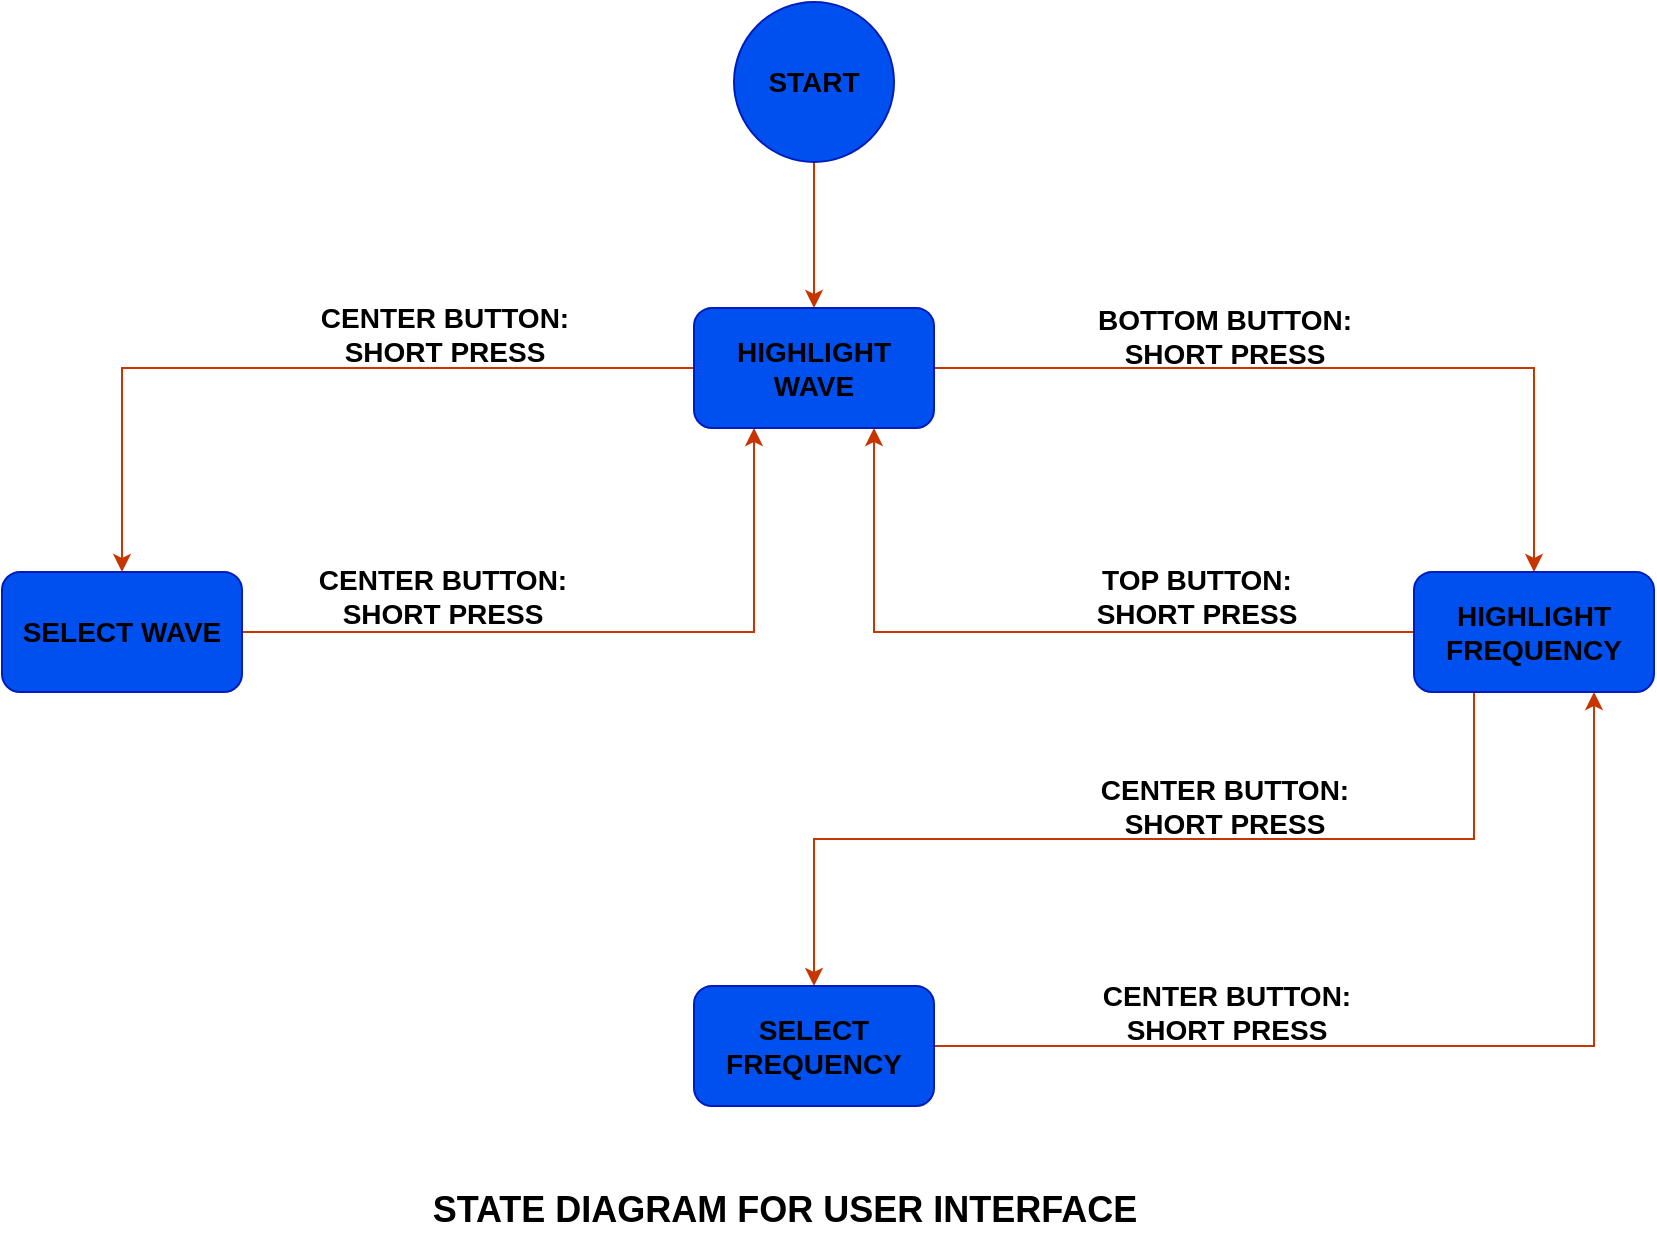
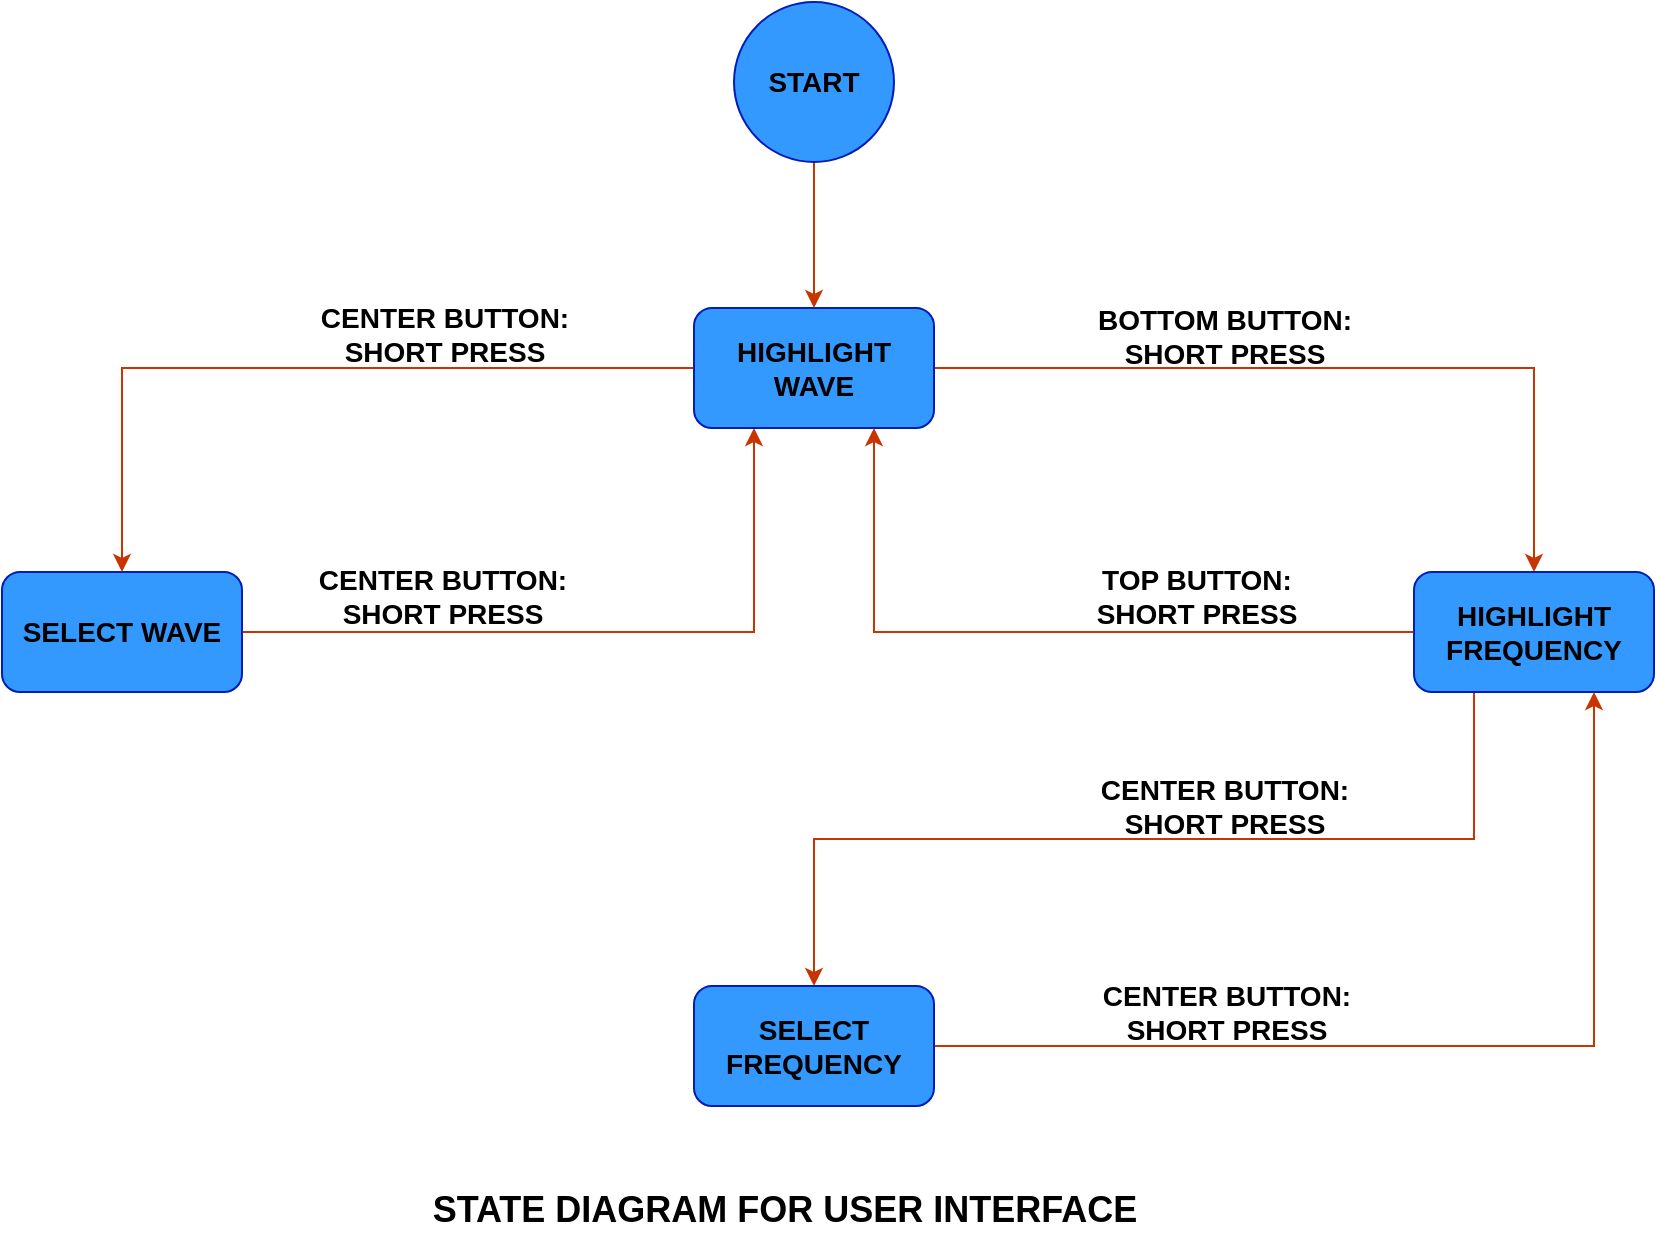
<mxfile host="Electron" agent="Mozilla/5.0 (Windows NT 10.0; Win64; x64) AppleWebKit/537.36 (KHTML, like Gecko) draw.io/25.0.2 Chrome/128.0.6613.186 Electron/32.2.5 Safari/537.36" version="25.0.2">
  <diagram name="Page-1" id="c4vKxISMu_p_-G9EFGec">
-     <mxGraphModel dx="1173" dy="720" grid="1" gridSize="10" guides="1" tooltips="1" connect="1" arrows="1" fold="1" page="1" pageScale="1" pageWidth="850" pageHeight="1100" math="0" shadow="0">
+     <mxGraphModel dx="880" dy="540" grid="1" gridSize="10" guides="1" tooltips="1" connect="1" arrows="1" fold="1" page="1" pageScale="1" pageWidth="850" pageHeight="1100" math="0" shadow="0">
      <root>
        <mxCell id="0" />
        <mxCell id="1" parent="0" />
-         <mxCell id="NqAssdrCDaHCgSwzuDhV-11" style="edgeStyle=orthogonalEdgeStyle;rounded=0;orthogonalLoop=1;jettySize=auto;html=1;exitX=1;exitY=0.5;exitDx=0;exitDy=0;entryX=0.25;entryY=1;entryDx=0;entryDy=0;fillColor=#fa6800;strokeColor=#C73500;" edge="1" parent="1" source="NqAssdrCDaHCgSwzuDhV-3" target="NqAssdrCDaHCgSwzuDhV-4">
+         <mxCell id="NqAssdrCDaHCgSwzuDhV-11" style="edgeStyle=orthogonalEdgeStyle;rounded=0;orthogonalLoop=1;jettySize=auto;html=1;exitX=1;exitY=0.5;exitDx=0;exitDy=0;entryX=0.25;entryY=1;entryDx=0;entryDy=0;fillColor=#fa6800;strokeColor=#C73500;" parent="1" source="NqAssdrCDaHCgSwzuDhV-3" target="NqAssdrCDaHCgSwzuDhV-4" edge="1">
          <mxGeometry relative="1" as="geometry" />
        </mxCell>
-         <mxCell id="NqAssdrCDaHCgSwzuDhV-3" value="&lt;font style=&quot;font-size: 14px;&quot; color=&quot;#000000&quot;&gt;&lt;b&gt;SELECT WAVE&lt;/b&gt;&lt;/font&gt;" style="rounded=1;whiteSpace=wrap;html=1;fillColor=#0050ef;fontColor=#ffffff;strokeColor=#001DBC;" vertex="1" parent="1">
+         <mxCell id="NqAssdrCDaHCgSwzuDhV-3" value="&lt;font style=&quot;font-size: 14px;&quot; color=&quot;#000000&quot;&gt;&lt;b&gt;SELECT WAVE&lt;/b&gt;&lt;/font&gt;" style="rounded=1;whiteSpace=wrap;html=1;fillColor=#3399FF;fontColor=#ffffff;strokeColor=#001DBC;" parent="1" vertex="1">
          <mxGeometry x="10" y="451" width="120" height="60" as="geometry" />
        </mxCell>
-         <mxCell id="NqAssdrCDaHCgSwzuDhV-10" style="edgeStyle=orthogonalEdgeStyle;rounded=0;orthogonalLoop=1;jettySize=auto;html=1;exitX=0;exitY=0.5;exitDx=0;exitDy=0;entryX=0.5;entryY=0;entryDx=0;entryDy=0;fillColor=#fa6800;strokeColor=#C73500;" edge="1" parent="1" source="NqAssdrCDaHCgSwzuDhV-4" target="NqAssdrCDaHCgSwzuDhV-3">
+         <mxCell id="NqAssdrCDaHCgSwzuDhV-10" style="edgeStyle=orthogonalEdgeStyle;rounded=0;orthogonalLoop=1;jettySize=auto;html=1;exitX=0;exitY=0.5;exitDx=0;exitDy=0;entryX=0.5;entryY=0;entryDx=0;entryDy=0;fillColor=#fa6800;strokeColor=#C73500;" parent="1" source="NqAssdrCDaHCgSwzuDhV-4" target="NqAssdrCDaHCgSwzuDhV-3" edge="1">
          <mxGeometry relative="1" as="geometry" />
        </mxCell>
-         <mxCell id="NqAssdrCDaHCgSwzuDhV-13" style="edgeStyle=orthogonalEdgeStyle;rounded=0;orthogonalLoop=1;jettySize=auto;html=1;exitX=1;exitY=0.5;exitDx=0;exitDy=0;entryX=0.5;entryY=0;entryDx=0;entryDy=0;fillColor=#fa6800;strokeColor=#C73500;" edge="1" parent="1" source="NqAssdrCDaHCgSwzuDhV-4" target="NqAssdrCDaHCgSwzuDhV-5">
+         <mxCell id="NqAssdrCDaHCgSwzuDhV-13" style="edgeStyle=orthogonalEdgeStyle;rounded=0;orthogonalLoop=1;jettySize=auto;html=1;exitX=1;exitY=0.5;exitDx=0;exitDy=0;entryX=0.5;entryY=0;entryDx=0;entryDy=0;fillColor=#fa6800;strokeColor=#C73500;" parent="1" source="NqAssdrCDaHCgSwzuDhV-4" target="NqAssdrCDaHCgSwzuDhV-5" edge="1">
          <mxGeometry relative="1" as="geometry" />
        </mxCell>
-         <mxCell id="NqAssdrCDaHCgSwzuDhV-4" value="&lt;font style=&quot;font-size: 14px;&quot; color=&quot;#000000&quot;&gt;&lt;b&gt;HIGHLIGHT WAVE&lt;/b&gt;&lt;/font&gt;" style="rounded=1;whiteSpace=wrap;html=1;fillColor=#0050ef;fontColor=#ffffff;strokeColor=#001DBC;" vertex="1" parent="1">
+         <mxCell id="NqAssdrCDaHCgSwzuDhV-4" value="&lt;font style=&quot;font-size: 14px;&quot; color=&quot;#000000&quot;&gt;&lt;b&gt;HIGHLIGHT WAVE&lt;/b&gt;&lt;/font&gt;" style="rounded=1;whiteSpace=wrap;html=1;fillColor=#3399FF;fontColor=#ffffff;strokeColor=#001DBC;" parent="1" vertex="1">
          <mxGeometry x="356" y="319" width="120" height="60" as="geometry" />
        </mxCell>
-         <mxCell id="NqAssdrCDaHCgSwzuDhV-12" style="edgeStyle=orthogonalEdgeStyle;rounded=0;orthogonalLoop=1;jettySize=auto;html=1;exitX=0;exitY=0.5;exitDx=0;exitDy=0;entryX=0.75;entryY=1;entryDx=0;entryDy=0;fillColor=#fa6800;strokeColor=#C73500;" edge="1" parent="1" source="NqAssdrCDaHCgSwzuDhV-5" target="NqAssdrCDaHCgSwzuDhV-4">
+         <mxCell id="NqAssdrCDaHCgSwzuDhV-12" style="edgeStyle=orthogonalEdgeStyle;rounded=0;orthogonalLoop=1;jettySize=auto;html=1;exitX=0;exitY=0.5;exitDx=0;exitDy=0;entryX=0.75;entryY=1;entryDx=0;entryDy=0;fillColor=#fa6800;strokeColor=#C73500;" parent="1" source="NqAssdrCDaHCgSwzuDhV-5" target="NqAssdrCDaHCgSwzuDhV-4" edge="1">
          <mxGeometry relative="1" as="geometry" />
        </mxCell>
-         <mxCell id="NqAssdrCDaHCgSwzuDhV-15" style="edgeStyle=orthogonalEdgeStyle;rounded=0;orthogonalLoop=1;jettySize=auto;html=1;exitX=0.25;exitY=1;exitDx=0;exitDy=0;entryX=0.5;entryY=0;entryDx=0;entryDy=0;fillColor=#fa6800;strokeColor=#C73500;" edge="1" parent="1" source="NqAssdrCDaHCgSwzuDhV-5" target="NqAssdrCDaHCgSwzuDhV-6">
+         <mxCell id="NqAssdrCDaHCgSwzuDhV-15" style="edgeStyle=orthogonalEdgeStyle;rounded=0;orthogonalLoop=1;jettySize=auto;html=1;exitX=0.25;exitY=1;exitDx=0;exitDy=0;entryX=0.5;entryY=0;entryDx=0;entryDy=0;fillColor=#fa6800;strokeColor=#C73500;" parent="1" source="NqAssdrCDaHCgSwzuDhV-5" target="NqAssdrCDaHCgSwzuDhV-6" edge="1">
          <mxGeometry relative="1" as="geometry" />
        </mxCell>
-         <mxCell id="NqAssdrCDaHCgSwzuDhV-5" value="&lt;font style=&quot;font-size: 14px;&quot; color=&quot;#000000&quot;&gt;&lt;b&gt;HIGHLIGHT FREQUENCY&lt;/b&gt;&lt;/font&gt;" style="rounded=1;whiteSpace=wrap;html=1;fillColor=#0050ef;fontColor=#ffffff;strokeColor=#001DBC;" vertex="1" parent="1">
+         <mxCell id="NqAssdrCDaHCgSwzuDhV-5" value="&lt;font style=&quot;font-size: 14px;&quot; color=&quot;#000000&quot;&gt;&lt;b&gt;HIGHLIGHT FREQUENCY&lt;/b&gt;&lt;/font&gt;" style="rounded=1;whiteSpace=wrap;html=1;fillColor=#3399FF;fontColor=#ffffff;strokeColor=#001DBC;" parent="1" vertex="1">
          <mxGeometry x="716" y="451" width="120" height="60" as="geometry" />
        </mxCell>
-         <mxCell id="NqAssdrCDaHCgSwzuDhV-16" style="edgeStyle=orthogonalEdgeStyle;rounded=0;orthogonalLoop=1;jettySize=auto;html=1;exitX=1;exitY=0.5;exitDx=0;exitDy=0;entryX=0.75;entryY=1;entryDx=0;entryDy=0;fillColor=#fa6800;strokeColor=#C73500;" edge="1" parent="1" source="NqAssdrCDaHCgSwzuDhV-6" target="NqAssdrCDaHCgSwzuDhV-5">
+         <mxCell id="NqAssdrCDaHCgSwzuDhV-16" style="edgeStyle=orthogonalEdgeStyle;rounded=0;orthogonalLoop=1;jettySize=auto;html=1;exitX=1;exitY=0.5;exitDx=0;exitDy=0;entryX=0.75;entryY=1;entryDx=0;entryDy=0;fillColor=#fa6800;strokeColor=#C73500;" parent="1" source="NqAssdrCDaHCgSwzuDhV-6" target="NqAssdrCDaHCgSwzuDhV-5" edge="1">
          <mxGeometry relative="1" as="geometry" />
        </mxCell>
-         <mxCell id="NqAssdrCDaHCgSwzuDhV-6" value="&lt;font style=&quot;font-size: 14px;&quot; color=&quot;#000000&quot;&gt;&lt;b&gt;SELECT FREQUENCY&lt;/b&gt;&lt;/font&gt;" style="rounded=1;whiteSpace=wrap;html=1;fillColor=#0050ef;fontColor=#ffffff;strokeColor=#001DBC;" vertex="1" parent="1">
+         <mxCell id="NqAssdrCDaHCgSwzuDhV-6" value="&lt;font style=&quot;font-size: 14px;&quot; color=&quot;#000000&quot;&gt;&lt;b&gt;SELECT FREQUENCY&lt;/b&gt;&lt;/font&gt;" style="rounded=1;whiteSpace=wrap;html=1;fillColor=#3399FF;fontColor=#ffffff;strokeColor=#001DBC;" parent="1" vertex="1">
          <mxGeometry x="356" y="658" width="120" height="60" as="geometry" />
        </mxCell>
-         <mxCell id="NqAssdrCDaHCgSwzuDhV-18" style="edgeStyle=orthogonalEdgeStyle;rounded=0;orthogonalLoop=1;jettySize=auto;html=1;exitX=0.5;exitY=1;exitDx=0;exitDy=0;entryX=0.5;entryY=0;entryDx=0;entryDy=0;fillColor=#fa6800;strokeColor=#C73500;" edge="1" parent="1" source="NqAssdrCDaHCgSwzuDhV-17" target="NqAssdrCDaHCgSwzuDhV-4">
+         <mxCell id="NqAssdrCDaHCgSwzuDhV-18" style="edgeStyle=orthogonalEdgeStyle;rounded=0;orthogonalLoop=1;jettySize=auto;html=1;exitX=0.5;exitY=1;exitDx=0;exitDy=0;entryX=0.5;entryY=0;entryDx=0;entryDy=0;fillColor=#fa6800;strokeColor=#C73500;" parent="1" source="NqAssdrCDaHCgSwzuDhV-17" target="NqAssdrCDaHCgSwzuDhV-4" edge="1">
          <mxGeometry relative="1" as="geometry" />
        </mxCell>
-         <mxCell id="NqAssdrCDaHCgSwzuDhV-17" value="&lt;b&gt;&lt;font style=&quot;font-size: 14px;&quot; color=&quot;#000000&quot;&gt;START&lt;/font&gt;&lt;/b&gt;" style="ellipse;whiteSpace=wrap;html=1;aspect=fixed;fillColor=#0050ef;fontColor=#ffffff;strokeColor=#001DBC;" vertex="1" parent="1">
+         <mxCell id="NqAssdrCDaHCgSwzuDhV-17" value="&lt;b&gt;&lt;font style=&quot;font-size: 14px;&quot; color=&quot;#000000&quot;&gt;START&lt;/font&gt;&lt;/b&gt;" style="ellipse;whiteSpace=wrap;html=1;aspect=fixed;fillColor=#3399FF;fontColor=#ffffff;strokeColor=#001DBC;" parent="1" vertex="1">
          <mxGeometry x="376" y="166" width="80" height="80" as="geometry" />
        </mxCell>
-         <mxCell id="NqAssdrCDaHCgSwzuDhV-19" value="&lt;font color=&quot;#000000&quot; style=&quot;font-size: 14px;&quot;&gt;&lt;b&gt;CENTER BUTTON: &lt;br&gt;SHORT PRESS&lt;/b&gt;&lt;/font&gt;" style="text;html=1;align=center;verticalAlign=middle;resizable=0;points=[];autosize=1;strokeColor=none;fillColor=none;" vertex="1" parent="1">
+         <mxCell id="NqAssdrCDaHCgSwzuDhV-19" value="&lt;font color=&quot;#000000&quot; style=&quot;font-size: 14px;&quot;&gt;&lt;b&gt;CENTER BUTTON: &lt;br&gt;SHORT PRESS&lt;/b&gt;&lt;/font&gt;" style="text;html=1;align=center;verticalAlign=middle;resizable=0;points=[];autosize=1;strokeColor=none;fillColor=none;" parent="1" vertex="1">
          <mxGeometry x="156" y="307" width="150" height="50" as="geometry" />
        </mxCell>
-         <mxCell id="NqAssdrCDaHCgSwzuDhV-21" value="&lt;font color=&quot;#000000&quot; style=&quot;font-size: 14px;&quot;&gt;&lt;b&gt;CENTER BUTTON: &lt;br&gt;SHORT PRESS&lt;/b&gt;&lt;/font&gt;" style="text;html=1;align=center;verticalAlign=middle;resizable=0;points=[];autosize=1;strokeColor=none;fillColor=none;" vertex="1" parent="1">
+         <mxCell id="NqAssdrCDaHCgSwzuDhV-21" value="&lt;font color=&quot;#000000&quot; style=&quot;font-size: 14px;&quot;&gt;&lt;b&gt;CENTER BUTTON: &lt;br&gt;SHORT PRESS&lt;/b&gt;&lt;/font&gt;" style="text;html=1;align=center;verticalAlign=middle;resizable=0;points=[];autosize=1;strokeColor=none;fillColor=none;" parent="1" vertex="1">
          <mxGeometry x="155" y="438" width="150" height="50" as="geometry" />
        </mxCell>
-         <mxCell id="NqAssdrCDaHCgSwzuDhV-29" value="&lt;font color=&quot;#000000&quot; style=&quot;font-size: 14px;&quot;&gt;&lt;b&gt;BOTTOM BUTTON: &lt;br&gt;SHORT PRESS&lt;/b&gt;&lt;/font&gt;" style="text;html=1;align=center;verticalAlign=middle;resizable=0;points=[];autosize=1;strokeColor=none;fillColor=none;" vertex="1" parent="1">
+         <mxCell id="NqAssdrCDaHCgSwzuDhV-29" value="&lt;font color=&quot;#000000&quot; style=&quot;font-size: 14px;&quot;&gt;&lt;b&gt;BOTTOM BUTTON: &lt;br&gt;SHORT PRESS&lt;/b&gt;&lt;/font&gt;" style="text;html=1;align=center;verticalAlign=middle;resizable=0;points=[];autosize=1;strokeColor=none;fillColor=none;" parent="1" vertex="1">
          <mxGeometry x="546" y="308" width="150" height="50" as="geometry" />
        </mxCell>
-         <mxCell id="NqAssdrCDaHCgSwzuDhV-30" value="&lt;font color=&quot;#000000&quot; style=&quot;font-size: 14px;&quot;&gt;&lt;b&gt;TOP BUTTON: &lt;br&gt;SHORT PRESS&lt;/b&gt;&lt;/font&gt;" style="text;html=1;align=center;verticalAlign=middle;resizable=0;points=[];autosize=1;strokeColor=none;fillColor=none;" vertex="1" parent="1">
+         <mxCell id="NqAssdrCDaHCgSwzuDhV-30" value="&lt;font color=&quot;#000000&quot; style=&quot;font-size: 14px;&quot;&gt;&lt;b&gt;TOP BUTTON: &lt;br&gt;SHORT PRESS&lt;/b&gt;&lt;/font&gt;" style="text;html=1;align=center;verticalAlign=middle;resizable=0;points=[];autosize=1;strokeColor=none;fillColor=none;" parent="1" vertex="1">
          <mxGeometry x="547" y="438" width="120" height="50" as="geometry" />
        </mxCell>
-         <mxCell id="NqAssdrCDaHCgSwzuDhV-31" value="&lt;font color=&quot;#000000&quot; style=&quot;font-size: 14px;&quot;&gt;&lt;b&gt;CENTER BUTTON: &lt;br&gt;SHORT PRESS&lt;/b&gt;&lt;/font&gt;" style="text;html=1;align=center;verticalAlign=middle;resizable=0;points=[];autosize=1;strokeColor=none;fillColor=none;" vertex="1" parent="1">
+         <mxCell id="NqAssdrCDaHCgSwzuDhV-31" value="&lt;font color=&quot;#000000&quot; style=&quot;font-size: 14px;&quot;&gt;&lt;b&gt;CENTER BUTTON: &lt;br&gt;SHORT PRESS&lt;/b&gt;&lt;/font&gt;" style="text;html=1;align=center;verticalAlign=middle;resizable=0;points=[];autosize=1;strokeColor=none;fillColor=none;" parent="1" vertex="1">
          <mxGeometry x="546" y="543" width="150" height="50" as="geometry" />
        </mxCell>
-         <mxCell id="NqAssdrCDaHCgSwzuDhV-32" value="&lt;font color=&quot;#000000&quot; style=&quot;font-size: 14px;&quot;&gt;&lt;b&gt;CENTER BUTTON: &lt;br&gt;SHORT PRESS&lt;/b&gt;&lt;/font&gt;" style="text;html=1;align=center;verticalAlign=middle;resizable=0;points=[];autosize=1;strokeColor=none;fillColor=none;" vertex="1" parent="1">
+         <mxCell id="NqAssdrCDaHCgSwzuDhV-32" value="&lt;font color=&quot;#000000&quot; style=&quot;font-size: 14px;&quot;&gt;&lt;b&gt;CENTER BUTTON: &lt;br&gt;SHORT PRESS&lt;/b&gt;&lt;/font&gt;" style="text;html=1;align=center;verticalAlign=middle;resizable=0;points=[];autosize=1;strokeColor=none;fillColor=none;" parent="1" vertex="1">
          <mxGeometry x="547" y="646" width="150" height="50" as="geometry" />
        </mxCell>
-         <mxCell id="NqAssdrCDaHCgSwzuDhV-33" value="&lt;font color=&quot;#000000&quot; style=&quot;font-size: 18px;&quot;&gt;&lt;b style=&quot;&quot;&gt;STATE DIAGRAM FOR USER INTERFACE&lt;/b&gt;&lt;/font&gt;" style="text;html=1;align=center;verticalAlign=middle;resizable=0;points=[];autosize=1;strokeColor=none;fillColor=none;" vertex="1" parent="1">
+         <mxCell id="NqAssdrCDaHCgSwzuDhV-33" value="&lt;font color=&quot;#000000&quot; style=&quot;font-size: 18px;&quot;&gt;&lt;b style=&quot;&quot;&gt;STATE DIAGRAM FOR USER INTERFACE&lt;/b&gt;&lt;/font&gt;" style="text;html=1;align=center;verticalAlign=middle;resizable=0;points=[];autosize=1;strokeColor=none;fillColor=none;" parent="1" vertex="1">
          <mxGeometry x="211" y="750" width="380" height="40" as="geometry" />
        </mxCell>
      </root>
    </mxGraphModel>
  </diagram>
</mxfile>
